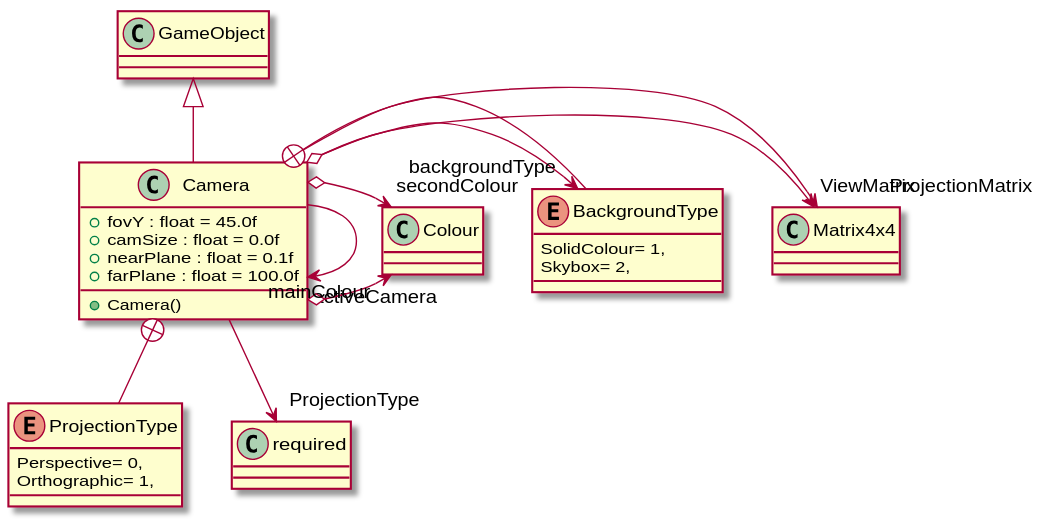
Before: UML/Core/GameObjects/Camera.svg, a diagram exported from PlantUML (Zaephus/GraphicsProgramming).
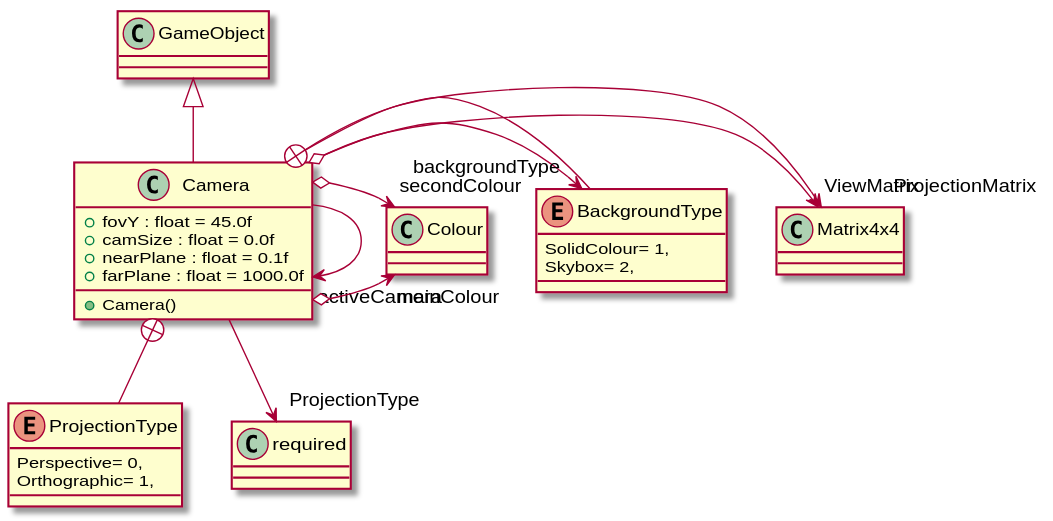
Above is the later version.

The edit, as a diff of the source:
```diff
@@ -3,7 +3,7 @@
     + fovY : float = 45.0f
     + camSize : float = 0.0f
     + nearPlane : float = 0.1f
-    + farPlane : float = 100.0f
+    + farPlane : float = 1000.0f
     + Camera()
 }
 enum ProjectionType {
```
